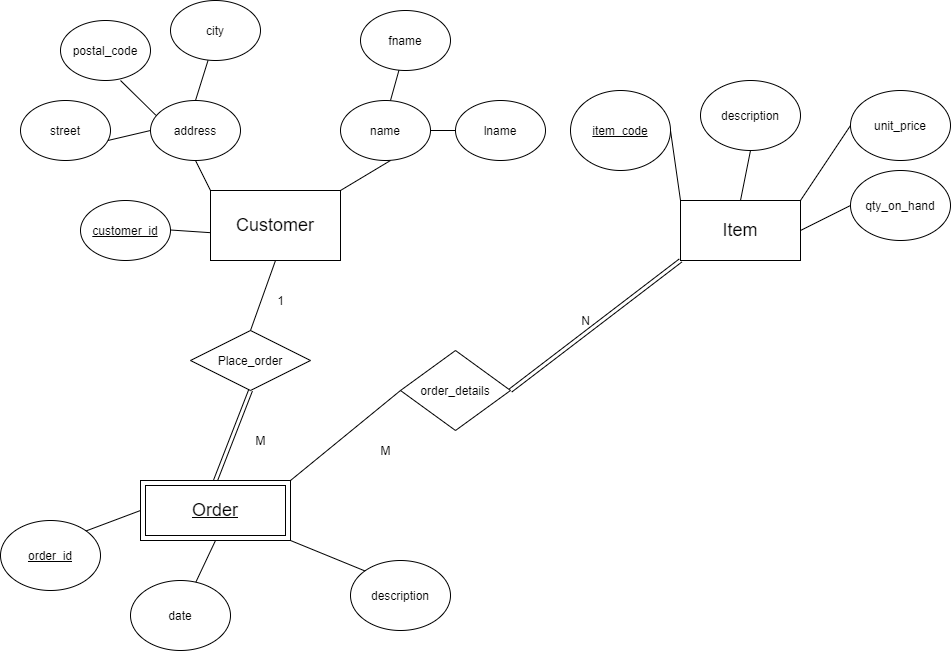
Above: pos_system_0.1.png in BhathiyaVandebona/POS_SYSTEM_0.1 (draw.io), before the change. Source tidied: cells renumbered, new cells last; positions are measured from the earlier drawing's top-left corner, leaving out a move shared by most shapes.
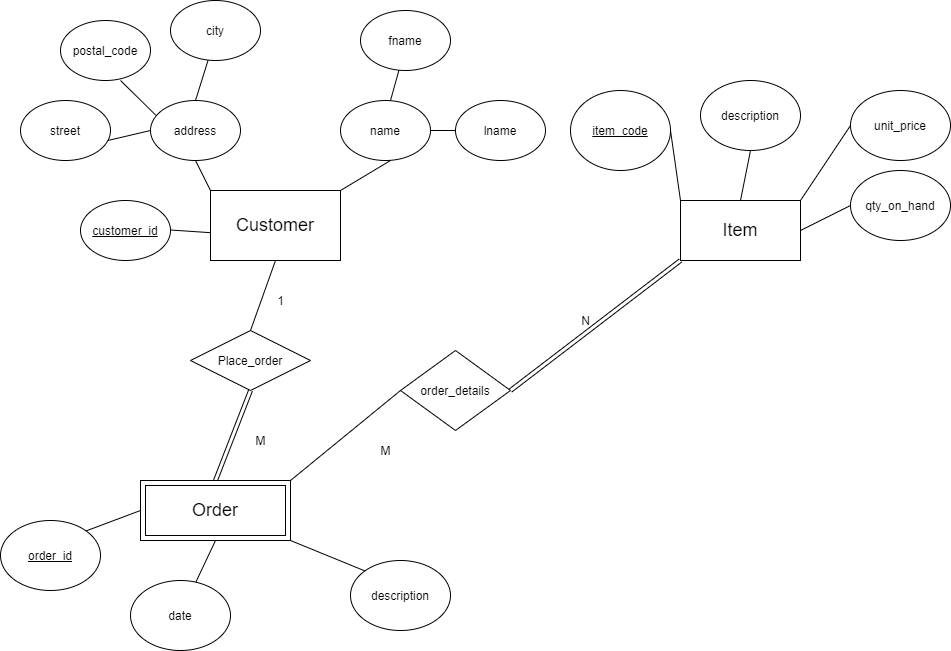
After the commit.

The edit, as a diff of the source:
```diff
@@ -115,7 +115,7 @@
     <mxCell id="33" style="endArrow=none;html=1;entryX=0;entryY=0;entryDx=0;entryDy=0;exitX=1;exitY=1;exitDx=0;exitDy=0;" parent="1" edge="1" source="34" target="28">
       <mxGeometry relative="1" as="geometry" />
     </mxCell>
-    <mxCell id="34" value="&lt;u&gt;&lt;font style=&quot;font-size: 18px&quot;&gt;Order&lt;/font&gt;&lt;/u&gt;" style="shape=ext;margin=3;double=1;whiteSpace=wrap;html=1;align=center;strokeColor=#000000;" parent="1" vertex="1">
+    <mxCell id="34" value="&lt;font style=&quot;font-size: 18px&quot;&gt;Order&lt;/font&gt;" style="shape=ext;margin=3;double=1;whiteSpace=wrap;html=1;align=center;strokeColor=#000000;" parent="1" vertex="1">
       <mxGeometry x="140" y="480" width="150" height="60" as="geometry" />
     </mxCell>
     <mxCell id="35" value="Place_order" style="shape=rhombus;perimeter=rhombusPerimeter;whiteSpace=wrap;html=1;align=center;strokeColor=#000000;" parent="1" vertex="1">
```
